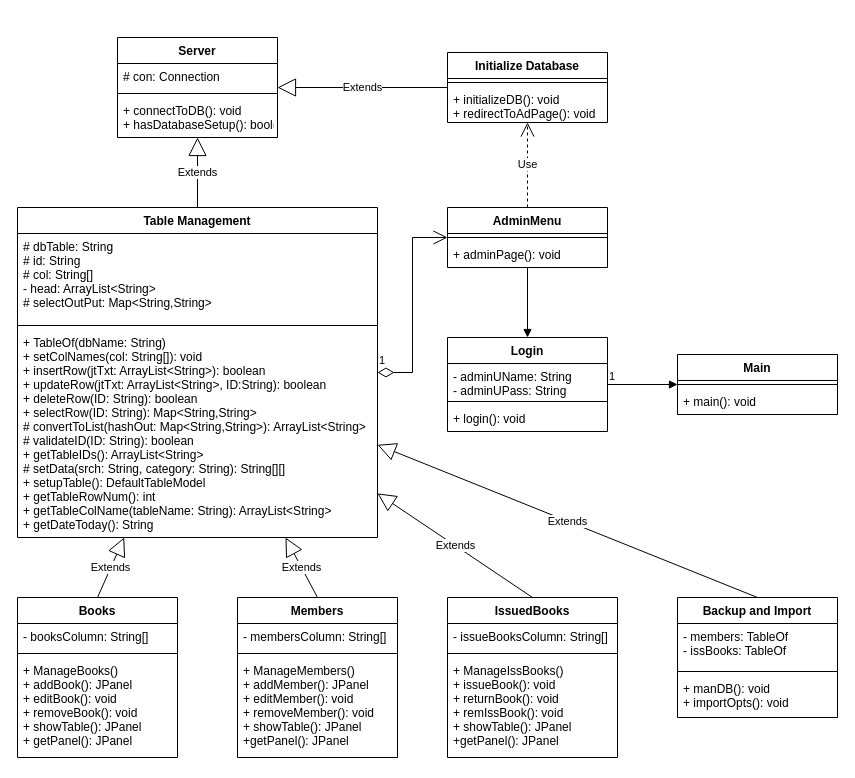
This is Untitled Diagram.drawio from dkeithdj/digitallib, a draw.io file, before an edit. Source tidied: cells renumbered, new cells numbered last; positions are measured from the earlier drawing's top-left corner, leaving out a move shared by most shapes. Both pictures are drawn from the tidied source at 100%, with x=0, y=0 at pixel (17, 37).
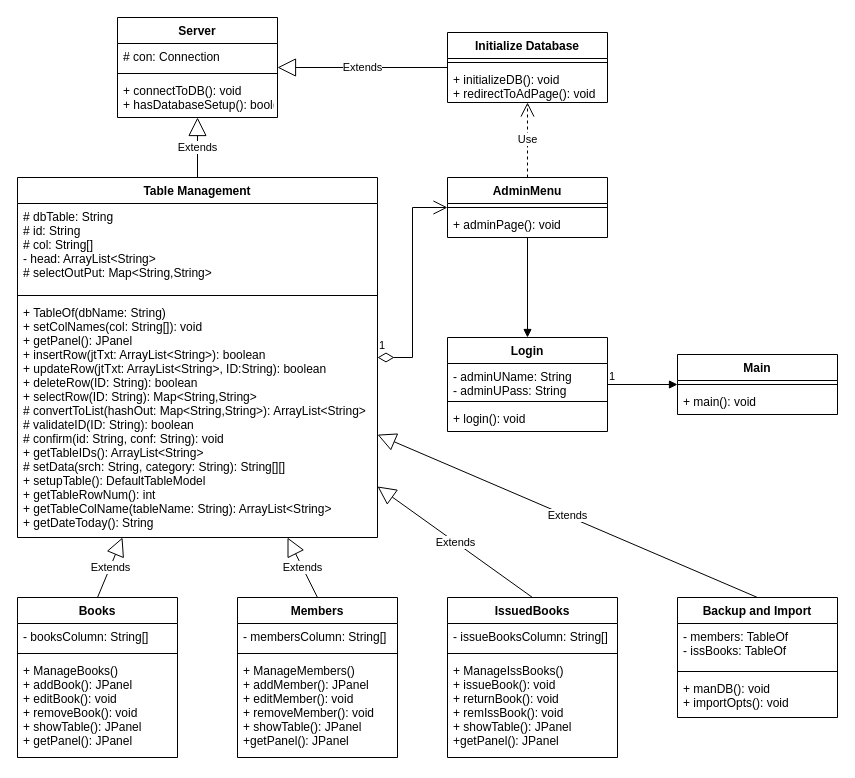
The same page after the edit.

What changed in the source:
```diff
@@
     <mxCell id="10" value="Server" style="swimlane;fontStyle=1;align=center;verticalAlign=top;horizontal=1;startSize=26;" parent="1" vertex="1">
-      <mxGeometry x="100" width="160" height="100" as="geometry" />
+      <mxGeometry x="100" y="-20" width="160" height="100" as="geometry" />
     </mxCell>
@@
     <mxCell id="17" value="AdminMenu" style="swimlane;fontStyle=1;align=center;verticalAlign=top;horizontal=1;startSize=26;" parent="1" vertex="1">
-      <mxGeometry x="430" y="170" width="160" height="60" as="geometry" />
+      <mxGeometry x="430" y="140" width="160" height="60" as="geometry" />
     </mxCell>
@@
     <mxCell id="20" value="Table Management" style="swimlane;fontStyle=1;align=center;verticalAlign=top;horizontal=1;startSize=26;" parent="1" vertex="1">
-      <mxGeometry y="170" width="360" height="330" as="geometry" />
+      <mxGeometry y="140" width="360" height="360" as="geometry" />
     </mxCell>
@@
-    <mxCell id="23" value="+ TableOf(dbName: String)&#10;+ setColNames(col: String[]): void&#10;+ insertRow(jtTxt: ArrayList&lt;String&gt;): boolean&#10;+ updateRow(jtTxt: ArrayList&lt;String&gt;, ID:String): boolean&#10;+ deleteRow(ID: String): boolean&#10;+ selectRow(ID: String): Map&lt;String,String&gt;&#10;# convertToList(hashOut: Map&lt;String,String&gt;): ArrayList&lt;String&gt;&#10;# validateID(ID: String): boolean&#10;+ getTableIDs(): ArrayList&lt;String&gt;&#10;# setData(srch: String, category: String): String[][]&#10;+ setupTable(): DefaultTableModel&#10;+ getTableRowNum(): int&#10;+ getTableColName(tableName: String): ArrayList&lt;String&gt;&#10;+ getDateToday(): String&#10;" style="text;strokeColor=none;fillColor=none;align=left;verticalAlign=top;spacingLeft=4;spacingRight=4;overflow=hidden;" parent="20" vertex="1">
-      <mxGeometry y="122" width="360" height="208" as="geometry" />
+    <mxCell id="23" value="+ TableOf(dbName: String)&#10;+ setColNames(col: String[]): void&#10;+ getPanel(): JPanel&#10;+ insertRow(jtTxt: ArrayList&lt;String&gt;): boolean&#10;+ updateRow(jtTxt: ArrayList&lt;String&gt;, ID:String): boolean&#10;+ deleteRow(ID: String): boolean&#10;+ selectRow(ID: String): Map&lt;String,String&gt;&#10;# convertToList(hashOut: Map&lt;String,String&gt;): ArrayList&lt;String&gt;&#10;# validateID(ID: String): boolean&#10;# confirm(id: String, conf: String): void&#10;+ getTableIDs(): ArrayList&lt;String&gt;&#10;# setData(srch: String, category: String): String[][]&#10;+ setupTable(): DefaultTableModel&#10;+ getTableRowNum(): int&#10;+ getTableColName(tableName: String): ArrayList&lt;String&gt;&#10;+ getDateToday(): String&#10;" style="text;strokeColor=none;fillColor=none;align=left;verticalAlign=top;spacingLeft=4;spacingRight=4;overflow=hidden;" parent="20" vertex="1">
+      <mxGeometry y="122" width="360" height="238" as="geometry" />
     </mxCell>
@@
     <mxCell id="41" value="Initialize Database" style="swimlane;fontStyle=1;align=center;verticalAlign=top;horizontal=1;startSize=26;" parent="1" vertex="1">
-      <mxGeometry x="430" y="15" width="160" height="70" as="geometry" />
+      <mxGeometry x="430" y="-5" width="160" height="70" as="geometry" />
     </mxCell>
```
